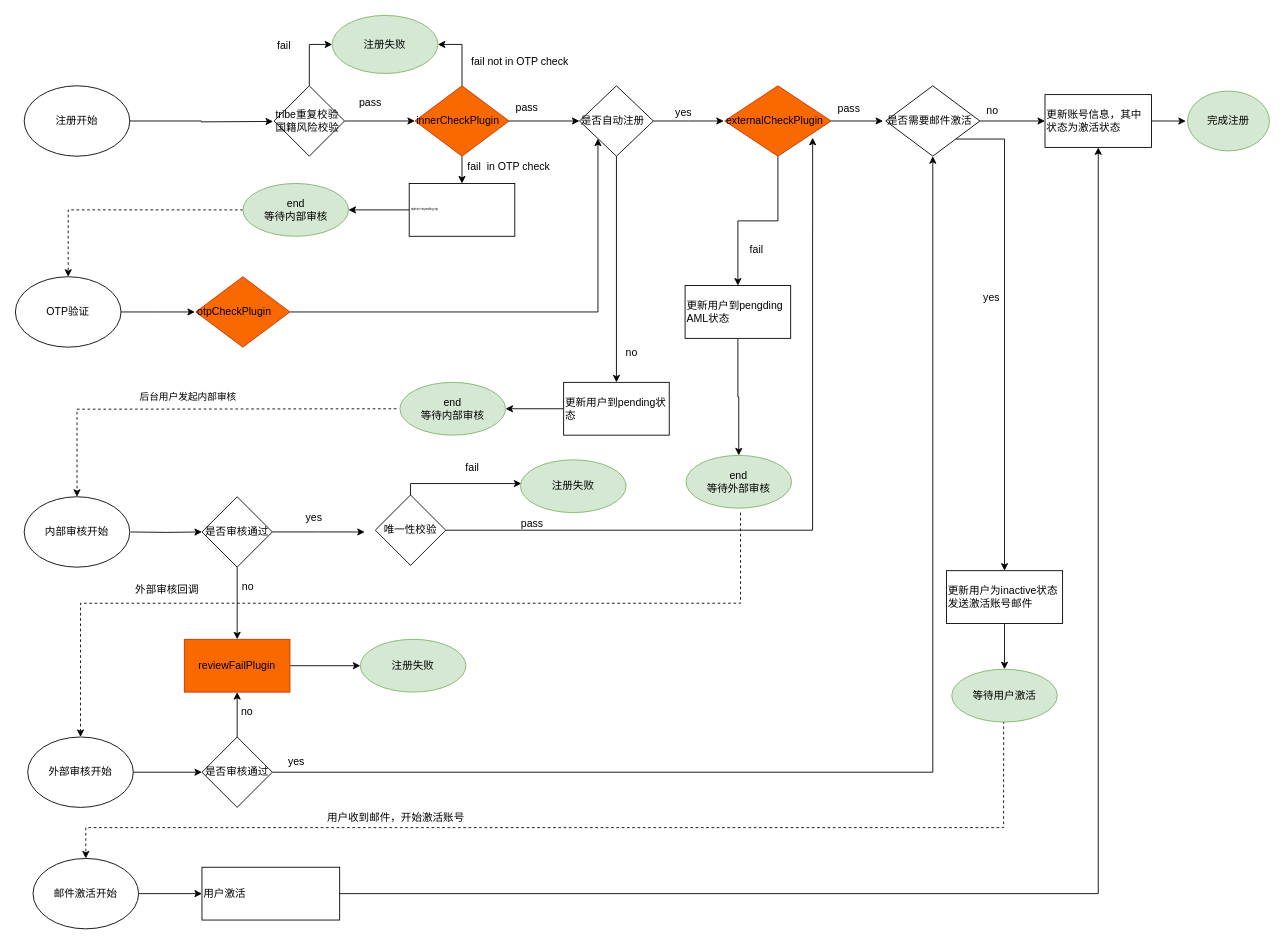
Earlier version of the draw.io diagram page "Page-12" (13 of 15) of Untitled Diagram.drawio (wang86924324/workstation). Source tidied: cells renumbered, new cells numbered last; positions are measured from the earlier drawing's top-left corner, leaving out a move shared by most shapes. Both pictures are drawn from the tidied source at 88%, with x=0, y=0 at pixel (15, 15).
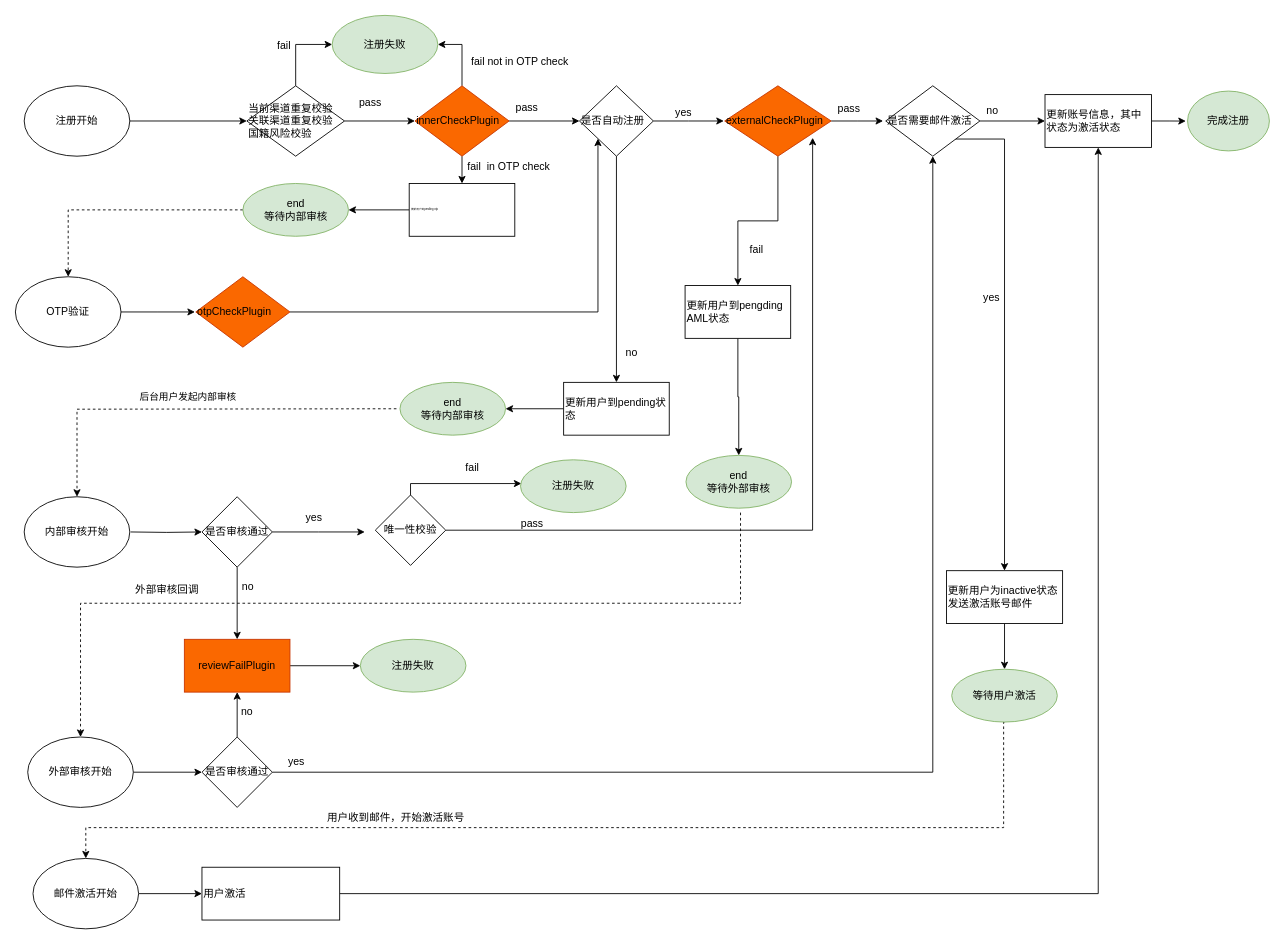
Above is the later version.

The change refers to these unchanged cells:
```xml
<mxCell id="3" value="注册开始" style="ellipse;whiteSpace=wrap;html=1;" parent="1" vertex="1">
  <mxGeometry x="10" y="80" width="120" height="80" as="geometry" />
</mxCell>
```

Change to the diagram source:
```diff
@@
-    <mxCell id="2" style="edgeStyle=orthogonalEdgeStyle;rounded=0;jettySize=auto;html=1;exitX=1;exitY=0.5;exitDx=0;exitDy=0;" parent="1" edge="1" source="3">
-      <mxGeometry relative="1" as="geometry">
-        <mxPoint x="292.8" y="120.5" as="targetPoint" />
-      </mxGeometry>
+    <mxCell id="2" style="edgeStyle=orthogonalEdgeStyle;rounded=0;jettySize=auto;html=1;exitX=1;exitY=0.5;exitDx=0;exitDy=0;entryX=0;entryY=0.5;entryDx=0;entryDy=0;" parent="1" edge="1" source="3" target="6">
+      <mxGeometry relative="1" as="geometry" />
     </mxCell>
@@
-    <mxCell id="6" value="&lt;font style=&quot;font-size: 12px&quot;&gt;tribe重复校验&lt;br&gt;国籍风险校验&lt;br&gt;&lt;/font&gt;" style="rhombus;whiteSpace=wrap;html=1;rounded=0;fontSize=3;align=left;" parent="1" vertex="1">
-      <mxGeometry x="294" y="80" width="80" height="80" as="geometry" />
+    <mxCell id="6" value="&lt;font style=&quot;font-size: 12px&quot;&gt;当前渠道重复校验&lt;br&gt;关联渠道重复校验&lt;br&gt;国籍风险校验&lt;br&gt;&lt;/font&gt;" style="rhombus;whiteSpace=wrap;html=1;rounded=0;fontSize=3;align=left;" parent="1" vertex="1">
+      <mxGeometry x="263" y="80" width="111" height="80" as="geometry" />
     </mxCell>
```
